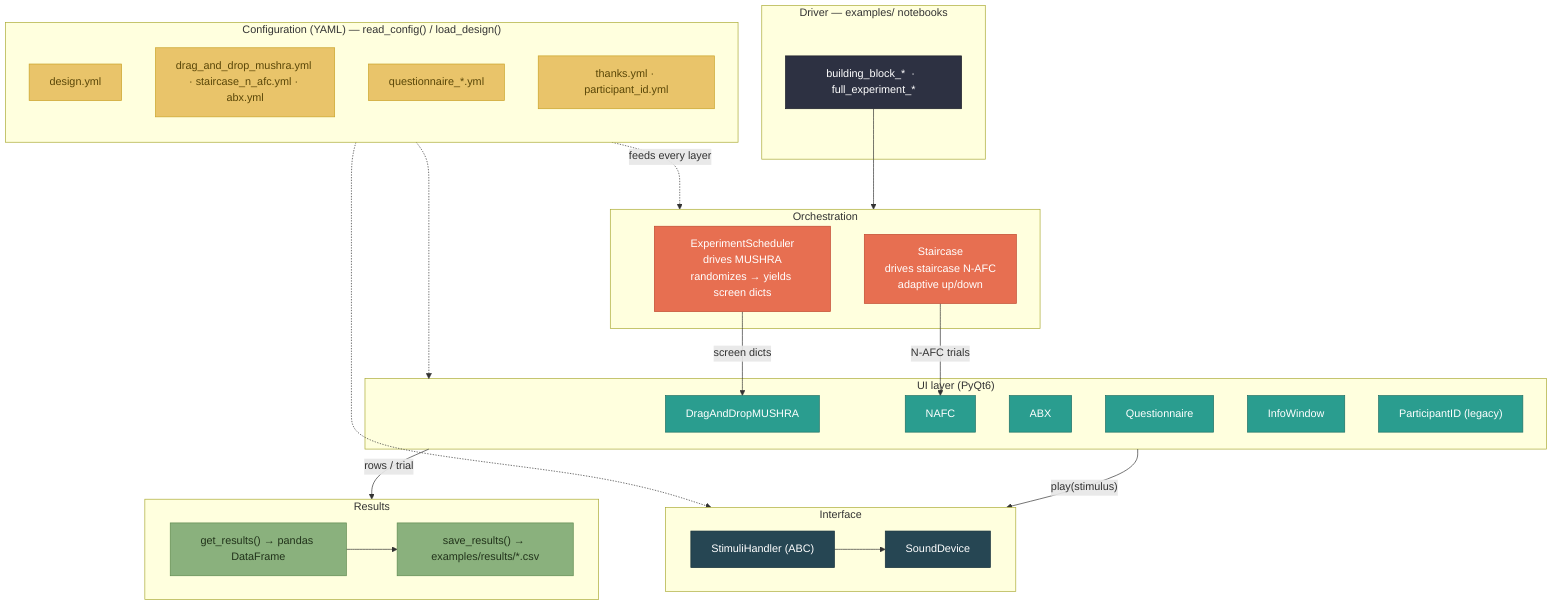
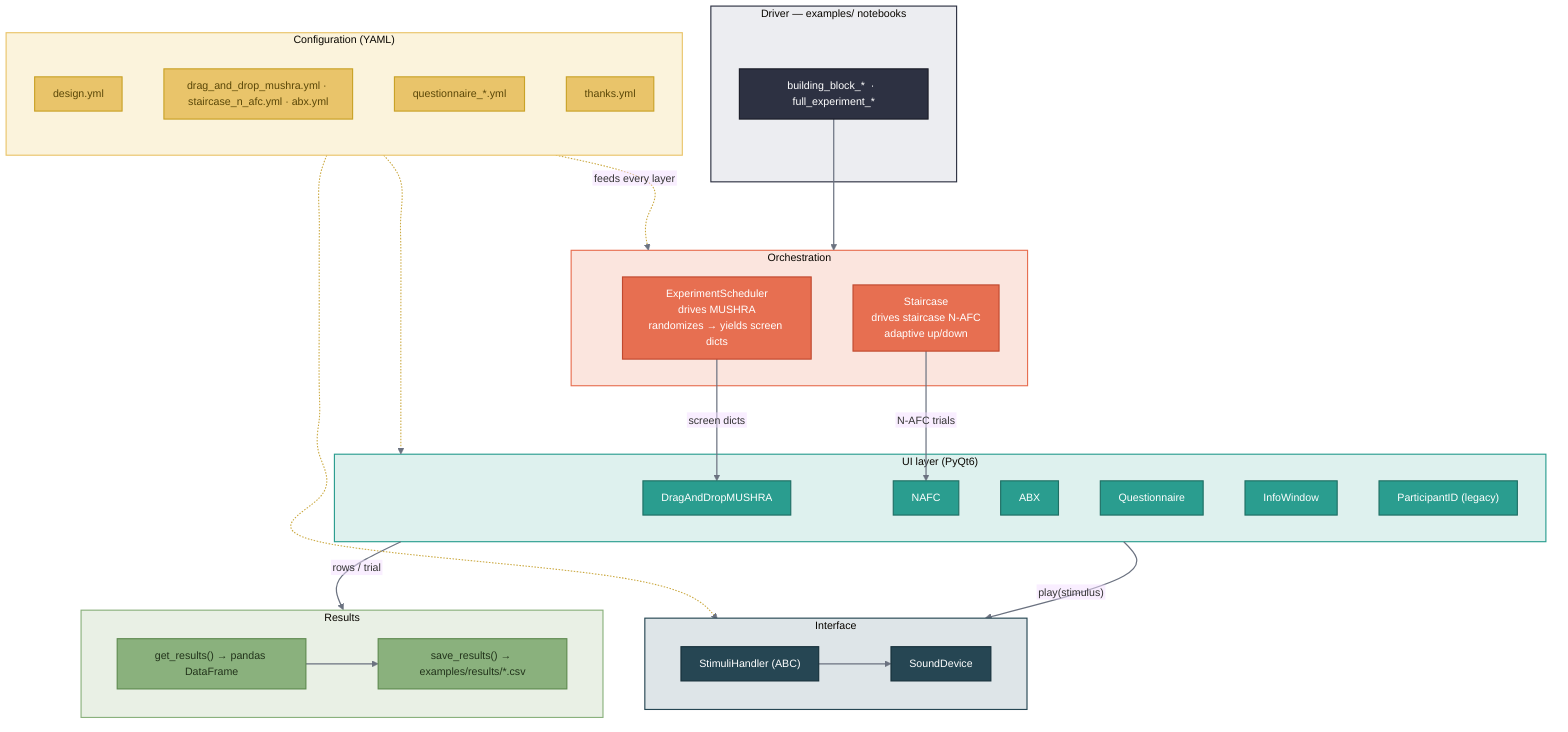
%% whispy architecture — paste into https://mermaid.live to export PNG/SVG
+ %%{init: {"theme":"base","fontFamily":"Arial","themeVariables":{"fontFamily":"Arial","fontSize":"14px","lineColor":"#6b7280"},"flowchart":{"curve":"natural","nodeSpacing":55,"rankSpacing":70,"padding":12,"htmlLabels":false,"useMaxWidth":true}}}%%
+ 
flowchart TB
    subgraph DRV["Driver — examples/ notebooks"]
        NB["building_block_*  ·  full_experiment_*"]
    end

-     subgraph CFG["Configuration (YAML) — read_config() / load_design()"]
+     subgraph CFG["Configuration (YAML)"]
        direction TB
        C1["design.yml"]
        C2["drag_and_drop_mushra.yml · staircase_n_afc.yml · abx.yml"]
        C5["questionnaire_*.yml"]
-         C6["thanks.yml · participant_id.yml"]
+         C6["thanks.yml"]
    end

    subgraph ORCH["Orchestration"]
        SCH["ExperimentScheduler<br/>drives MUSHRA<br/>randomizes → yields screen dicts"]
        STC["Staircase<br/>drives staircase N-AFC<br/>adaptive up/down"]
    end

    subgraph UI["UI layer (PyQt6)"]
        MU["DragAndDropMUSHRA"]
        NA["NAFC"]
        AB["ABX"]
        QU["Questionnaire"]
        IN["InfoWindow"]
        PI["ParticipantID (legacy)"]
    end

    subgraph AUD["Interface"]
        SH["StimuliHandler (ABC)"]
        SD["SoundDevice"]
    end

    subgraph RES["Results"]
        GR["get_results() → pandas DataFrame"]
        SR["save_results() → examples/results/*.csv"]
    end

    NB --> ORCH
    SCH -->|screen dicts| MU
    STC -->|N-AFC trials| NA
    UI -->|"play(stimulus)"| AUD
    SH --> SD
    UI -->|rows / trial| RES
    GR --> SR

    CFG -. feeds every layer .-> ORCH
    CFG -.-> UI
    CFG -.-> AUD

-     classDef cfg fill:#E9C46A,stroke:#C9A227,color:#5a4708;
-     classDef orch fill:#E76F51,stroke:#c0492f,color:#fff;
-     classDef ui fill:#2A9D8F,stroke:#1f6f64,color:#fff;
-     classDef aud fill:#264653,stroke:#16303a,color:#fff;
-     classDef res fill:#8AB17D,stroke:#5e8a4f,color:#22331b;
-     classDef drv fill:#2D3142,stroke:#1b1d28,color:#fff;
+     classDef cfg fill:#E9C46A,stroke:#C9A227,stroke-width:1.5px,color:#5a4708;
+     classDef orch fill:#E76F51,stroke:#c0492f,stroke-width:1.5px,color:#fff;
+     classDef ui fill:#2A9D8F,stroke:#1f6f64,stroke-width:1.5px,color:#fff;
+     classDef aud fill:#264653,stroke:#16303a,stroke-width:1.5px,color:#fff;
+     classDef res fill:#8AB17D,stroke:#5e8a4f,stroke-width:1.5px,color:#22331b;
+     classDef drv fill:#2D3142,stroke:#1b1d28,stroke-width:1.5px,color:#fff;
    class C1,C2,C5,C6 cfg;
    class SCH,STC orch;
    class MU,NA,AB,QU,IN,PI ui;
    class SH,SD aud;
    class GR,SR res;
    class NB drv;
+ 
+     %% soft per-cluster background tints (a light wash of each group's colour)
+     style DRV fill:#ECEDF1,stroke:#2D3142,stroke-width:1.5px,color:#2D3142;
+     style CFG fill:#FBF3DC,stroke:#E9C46A,stroke-width:1.5px,color:#5a4708;
+     style ORCH fill:#FBE5DE,stroke:#E76F51,stroke-width:1.5px,color:#7a2e1c;
+     style UI fill:#DEF1EE,stroke:#2A9D8F,stroke-width:1.5px,color:#1f6f64;
+     style AUD fill:#DEE5E8,stroke:#264653,stroke-width:1.5px,color:#264653;
+     style RES fill:#E9F0E5,stroke:#8AB17D,stroke-width:1.5px,color:#3f5a33;
+ 
+     %% edges: data flow in grey, the dotted config feeds in soft gold
+     linkStyle default stroke:#6b7280,stroke-width:1.6px;
+     linkStyle 7,8,9 stroke:#caa83f,stroke-width:1.4px;
